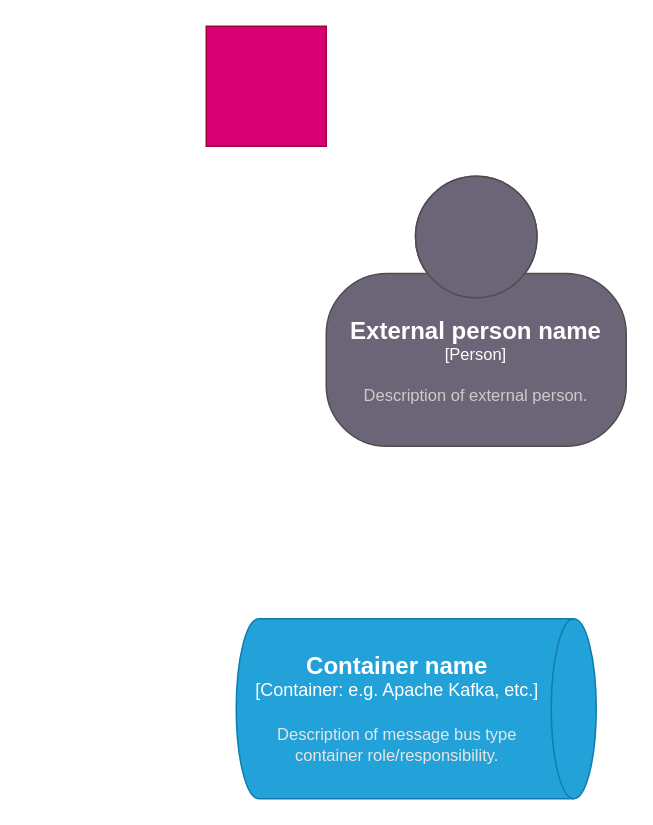
This is Untitled Diagram.drawio from t-vanbroekhoven/cherry, a draw.io file, before an edit. Source tidied: cells renumbered, new cells numbered last; positions are measured from the earlier drawing's top-left corner, leaving out a move shared by most shapes. Both pictures are drawn from the tidied source at 150%, with x=0, y=0 at pixel (206, 26).
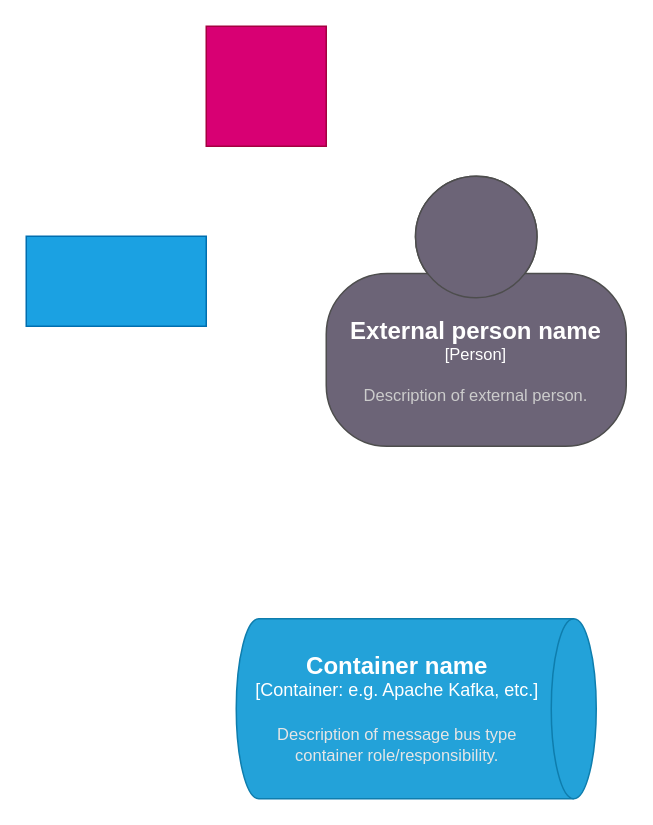
The same page after the edit.

Commit message:
Added Blue Square

Diff of the diagram source:
```diff
@@
 <mxGraphModel>
   <root>
     <mxCell id="0" />
     <mxCell id="1" parent="0" />
     <object id="2" label="&lt;font style=&quot;font-size: 16px&quot;&gt;&lt;b&gt;%c4Name%&lt;/b&gt;&lt;/font&gt;&lt;div&gt;[%c4Type%]&lt;/div&gt;&lt;br&gt;&lt;div&gt;&lt;font style=&quot;font-size: 11px&quot;&gt;&lt;font color=&quot;#cccccc&quot;&gt;%c4Description%&lt;/font&gt;&lt;/div&gt;" c4Description="Description of external person." c4Name="External person name" c4Type="Person" placeholders="1">
       <mxCell style="html=1;fontSize=11;dashed=0;whiteSpace=wrap;fillColor=#6C6477;strokeColor=#4D4D4D;fontColor=#ffffff;shape=mxgraph.c4.person2;align=center;" parent="1" vertex="1">
         <mxGeometry x="80" y="100" width="200" height="180" as="geometry" />
       </mxCell>
     </object>
     <object id="3" label="&lt;font style=&quot;font-size: 16px&quot;&gt;&lt;b&gt;%c4Type%&lt;/b&gt;&lt;/font&gt;&lt;div&gt;[%c4Container%:&amp;nbsp;%c4Technology%]&lt;/div&gt;&lt;br&gt;&lt;div&gt;&lt;font style=&quot;font-size: 11px&quot;&gt;&lt;font color=&quot;#E6E6E6&quot;&gt;%c4Description%&lt;/font&gt;&lt;/div&gt;" c4Container="Container" c4Description="Description of message bus type container role/responsibility." c4Technology="e.g. Apache Kafka, etc." c4Type="Container name" placeholders="1">
       <mxCell style="shape=cylinder3;size=15;direction=south;whiteSpace=wrap;html=1;boundedLbl=1;rounded=0;labelBackgroundColor=none;fillColor=#23A2D9;fontSize=12;fontColor=#ffffff;align=center;strokeColor=#0E7DAD;" parent="1" vertex="1">
         <mxGeometry x="20" y="395" width="240" height="120" as="geometry" />
       </mxCell>
     </object>
     <mxCell id="4" style="whiteSpace=wrap;html=1;fillColor=#d80073;fontColor=#ffffff;strokeColor=#A50040;" parent="1" vertex="1">
       <mxGeometry width="80" height="80" as="geometry" />
     </mxCell>
+    <mxCell id="5" style="rounded=0;whiteSpace=wrap;html=1;fillColor=#1ba1e2;fontColor=#ffffff;strokeColor=#006EAF;" parent="1" vertex="1">
+      <mxGeometry x="-120" y="140" width="120" height="60" as="geometry" />
+    </mxCell>
   </root>
 </mxGraphModel>
```
